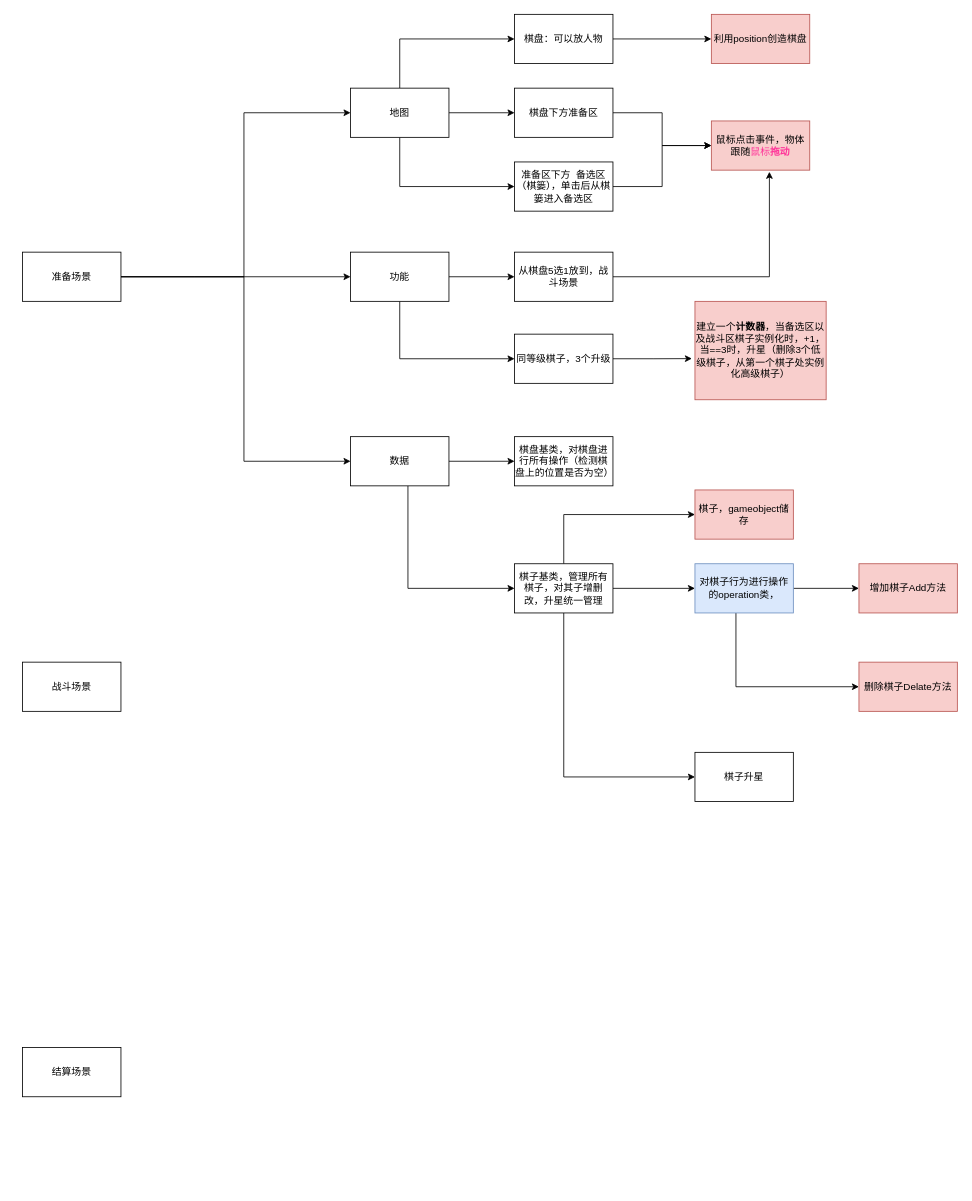
This is BH3_Frame.drawio from euphoriaer/AutoChessBH3, a draw.io file, before an edit. Source tidied: cells renumbered, new cells numbered last; positions are measured from the earlier drawing's top-left corner, leaving out a move shared by most shapes. Both pictures are drawn from the tidied source at 82%, with x=0, y=0 at pixel (22, 14).
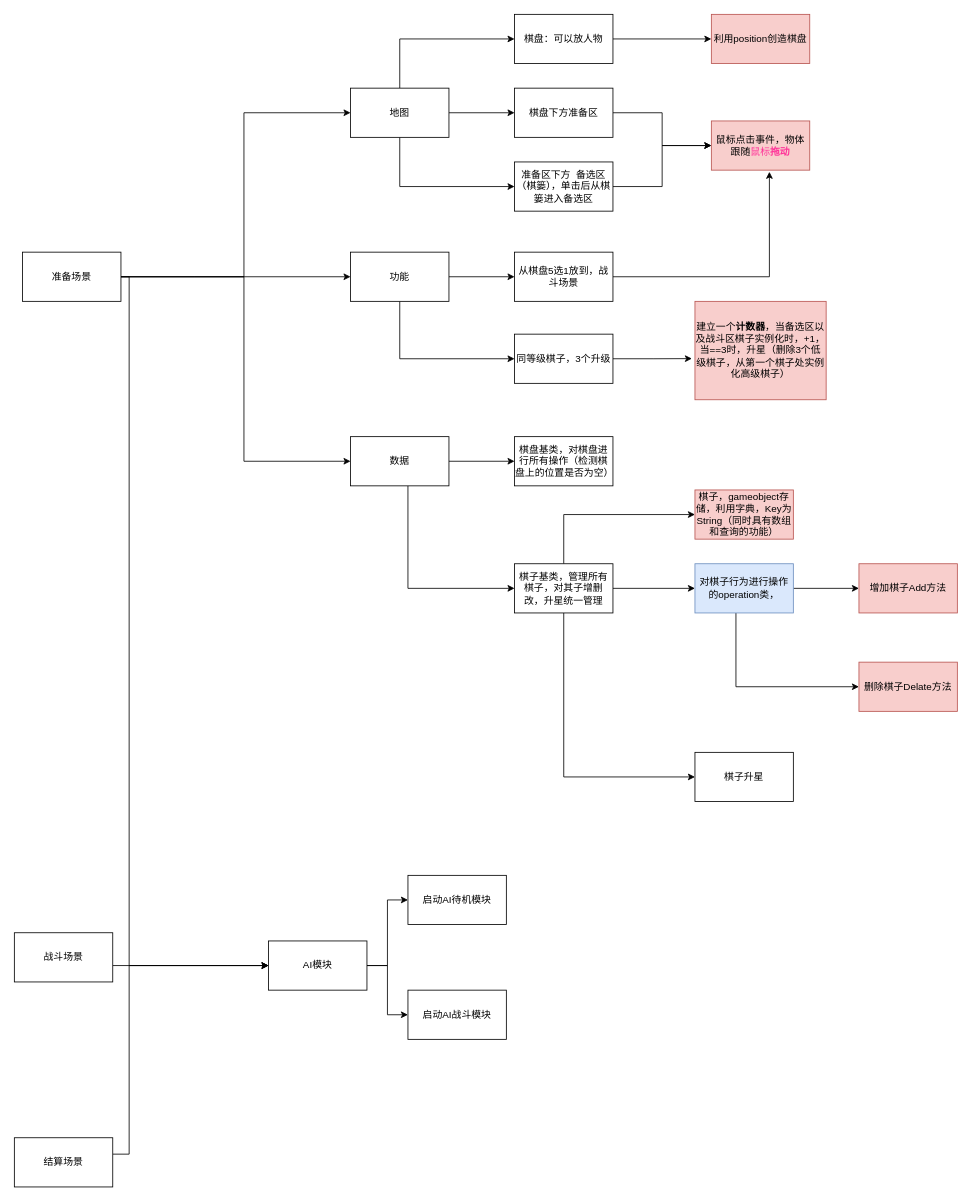
The same diagram, later.

Unchanged cells that the change refers to:
```xml
<mxCell id="5" value="准备场景" style="rounded=0;whiteSpace=wrap;html=1;" parent="1" vertex="1">
  <mxGeometry y="290" width="120" height="60" as="geometry" />
</mxCell>
```

Change to the diagram source:
```diff
@@
+    <mxCell id="43" style="edgeStyle=orthogonalEdgeStyle;rounded=0;jettySize=auto;html=1;entryX=0;entryY=0.5;entryDx=0;entryDy=0;" parent="1" edge="1" source="5" target="50">
+      <mxGeometry relative="1" as="geometry">
+        <Array as="points">
+          <mxPoint x="130" y="320" />
+          <mxPoint x="130" y="1160" />
+        </Array>
+      </mxGeometry>
+    </mxCell>
@@
+    <mxCell id="44" value="启动AI待机模块" style="rounded=0;whiteSpace=wrap;html=1;" parent="1" vertex="1">
+      <mxGeometry x="470" y="1050" width="120" height="60" as="geometry" />
+    </mxCell>
+    <mxCell id="45" style="edgeStyle=orthogonalEdgeStyle;rounded=0;jettySize=auto;html=1;entryX=0;entryY=0.5;entryDx=0;entryDy=0;" parent="1" edge="1" source="6" target="50">
+      <mxGeometry relative="1" as="geometry">
+        <Array as="points">
+          <mxPoint x="250" y="1160" />
+          <mxPoint x="250" y="1160" />
+        </Array>
+      </mxGeometry>
+    </mxCell>
     <mxCell id="6" value="战斗场景" style="rounded=0;whiteSpace=wrap;html=1;" parent="1" vertex="1">
-      <mxGeometry y="790" width="120" height="60" as="geometry" />
+      <mxGeometry x="-10" y="1120" width="120" height="60" as="geometry" />
     </mxCell>
+    <mxCell id="46" value="启动AI战斗模块" style="rounded=0;whiteSpace=wrap;html=1;" parent="1" vertex="1">
+      <mxGeometry x="470" y="1190" width="120" height="60" as="geometry" />
+    </mxCell>
+    <mxCell id="47" style="edgeStyle=orthogonalEdgeStyle;rounded=0;jettySize=auto;html=1;entryX=0;entryY=0.5;entryDx=0;entryDy=0;" parent="1" edge="1" source="7" target="50">
+      <mxGeometry relative="1" as="geometry">
+        <Array as="points">
+          <mxPoint x="130" y="1390" />
+          <mxPoint x="130" y="1160" />
+        </Array>
+      </mxGeometry>
+    </mxCell>
     <mxCell id="7" value="结算场景" style="rounded=0;whiteSpace=wrap;html=1;" parent="1" vertex="1">
-      <mxGeometry y="1260" width="120" height="60" as="geometry" />
+      <mxGeometry x="-10" y="1370" width="120" height="60" as="geometry" />
     </mxCell>
@@
-    <mxCell id="29" value="棋子，gameobject储存" style="rounded=0;whiteSpace=wrap;html=1;fillColor=#f8cecc;strokeColor=#b85450;" parent="1" vertex="1">
+    <mxCell id="29" value="棋子，gameobject存储，利用字典，Key为String（同时具有数组和查询的功能）" style="rounded=0;whiteSpace=wrap;html=1;fillColor=#f8cecc;strokeColor=#b85450;" parent="1" vertex="1">
       <mxGeometry x="820" y="580" width="120" height="60" as="geometry" />
     </mxCell>
@@
+    <mxCell id="48" style="edgeStyle=orthogonalEdgeStyle;rounded=0;jettySize=auto;html=1;entryX=0;entryY=0.5;entryDx=0;entryDy=0;" parent="1" edge="1" source="50" target="46">
+      <mxGeometry relative="1" as="geometry" />
+    </mxCell>
+    <mxCell id="49" style="edgeStyle=orthogonalEdgeStyle;rounded=0;jettySize=auto;html=1;entryX=0;entryY=0.5;entryDx=0;entryDy=0;" parent="1" edge="1" source="50" target="44">
+      <mxGeometry relative="1" as="geometry" />
+    </mxCell>
+    <mxCell id="50" value="AI模块" style="rounded=0;whiteSpace=wrap;html=1;" parent="1" vertex="1">
+      <mxGeometry x="300" y="1130" width="120" height="60" as="geometry" />
+    </mxCell>
```
